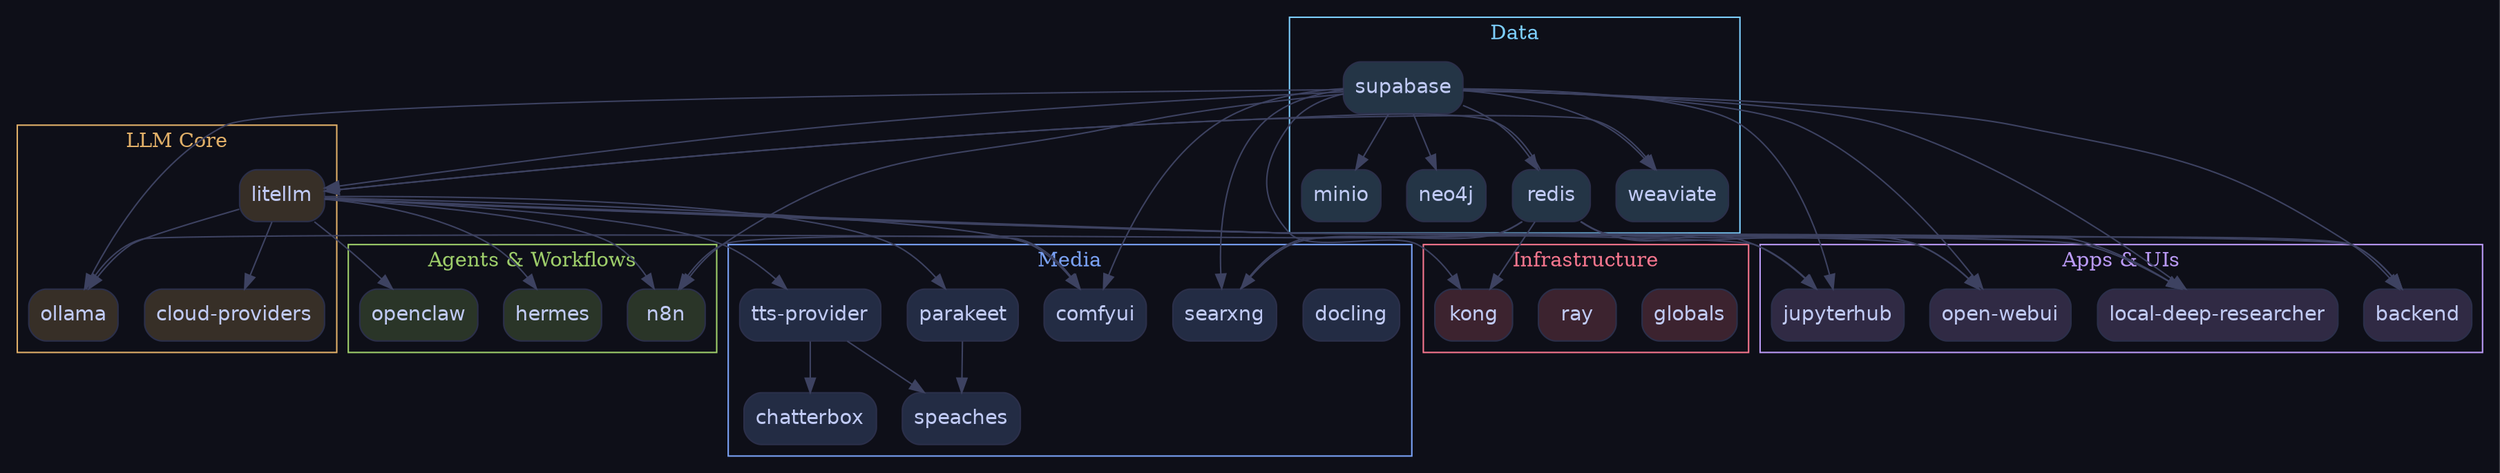
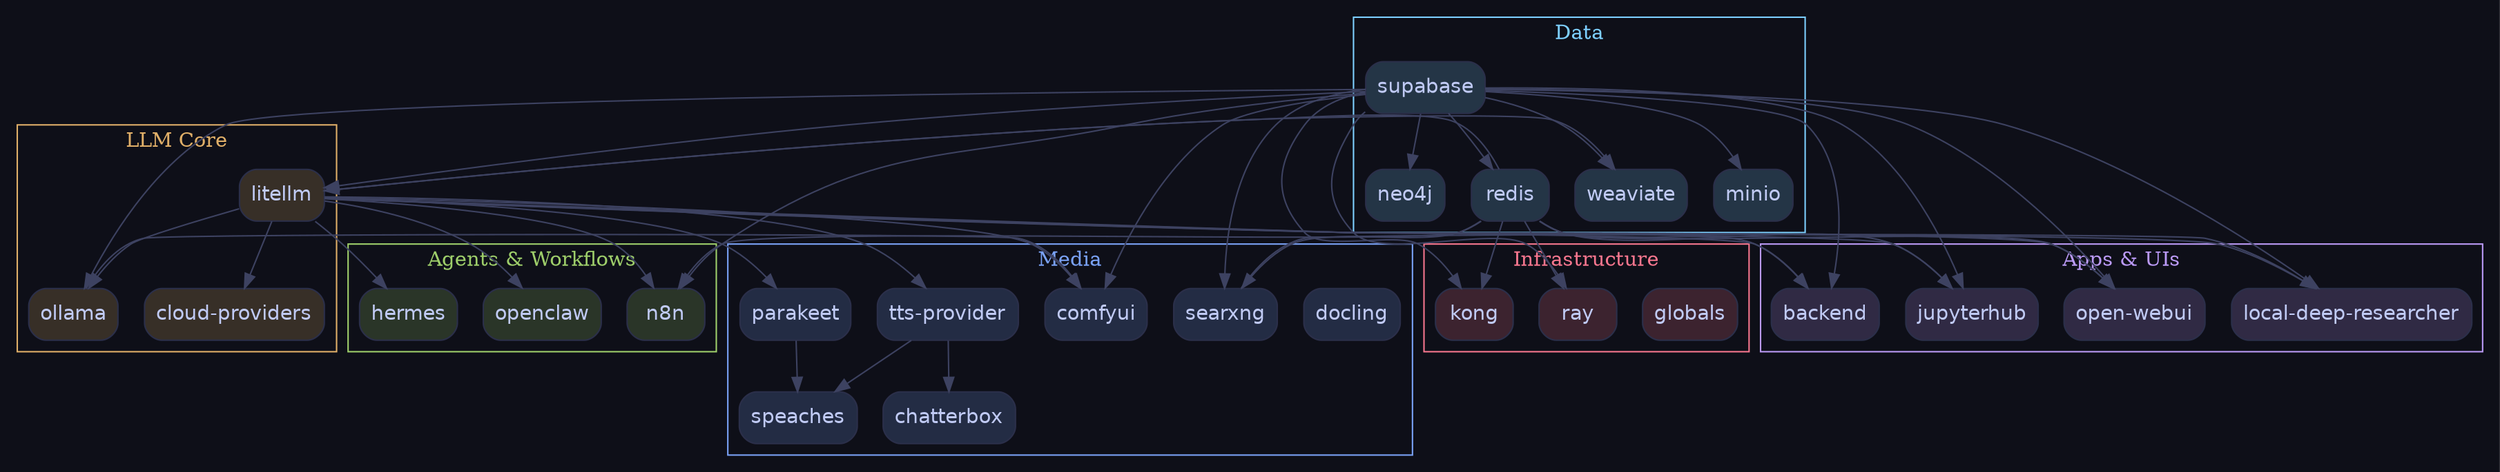
digraph stack {
  rankdir=TB;
  bgcolor="#0e0f18";
  node [shape=box, style="filled,rounded", fontname="Helvetica", fontcolor="#c0caf5", color="#2b2f4a"];
  edge [color="#3d4261"];

  subgraph "cluster_infra" {
    label="Infrastructure";
    fontcolor="#f7768e";
    color="#f7768e";
    "globals" [fillcolor="#f7768e33"];
+     "kong" [fillcolor="#f7768e33"];
    "ray" [fillcolor="#f7768e33"];
-     "kong" [fillcolor="#f7768e33"];
  }

  subgraph "cluster_data" {
    label="Data";
    fontcolor="#7dcfff";
    color="#7dcfff";
    "supabase" [fillcolor="#7dcfff33"];
    "minio" [fillcolor="#7dcfff33"];
    "neo4j" [fillcolor="#7dcfff33"];
    "redis" [fillcolor="#7dcfff33"];
    "weaviate" [fillcolor="#7dcfff33"];
  }

  subgraph "cluster_llm" {
    label="LLM Core";
    fontcolor="#e0af68";
    color="#e0af68";
    "litellm" [fillcolor="#e0af6833"];
    "cloud-providers" [fillcolor="#e0af6833"];
    "ollama" [fillcolor="#e0af6833"];
  }

  subgraph "cluster_media" {
    label="Media";
    fontcolor="#7aa2f7";
    color="#7aa2f7";
    "docling" [fillcolor="#7aa2f733"];
    "comfyui" [fillcolor="#7aa2f733"];
    "parakeet" [fillcolor="#7aa2f733"];
    "searxng" [fillcolor="#7aa2f733"];
    "tts-provider" [fillcolor="#7aa2f733"];
    "chatterbox" [fillcolor="#7aa2f733"];
    "speaches" [fillcolor="#7aa2f733"];
  }

  subgraph "cluster_agents" {
    label="Agents & Workflows";
    fontcolor="#9ece6a";
    color="#9ece6a";
    "hermes" [fillcolor="#9ece6a33"];
    "n8n" [fillcolor="#9ece6a33"];
    "openclaw" [fillcolor="#9ece6a33"];
  }

  subgraph "cluster_apps" {
    label="Apps & UIs";
    fontcolor="#bb9af7";
    color="#bb9af7";
    "backend" [fillcolor="#bb9af733"];
    "jupyterhub" [fillcolor="#bb9af733"];
    "open-webui" [fillcolor="#bb9af733"];
    "local-deep-researcher" [fillcolor="#bb9af733"];
  }

  "supabase" -> "backend";
  "redis" -> "backend";
  "litellm" -> "backend";
  "tts-provider" -> "chatterbox";
  "litellm" -> "cloud-providers";
  "supabase" -> "comfyui";
  "litellm" -> "comfyui";
  "ollama" -> "comfyui";
  "litellm" -> "hermes";
  "supabase" -> "jupyterhub";
  "redis" -> "jupyterhub";
  "litellm" -> "jupyterhub";
  "supabase" -> "kong";
  "redis" -> "kong";
  "supabase" -> "litellm";
  "redis" -> "litellm";
  "supabase" -> "local-deep-researcher";
  "searxng" -> "local-deep-researcher";
  "litellm" -> "local-deep-researcher";
  "supabase" -> "minio";
  "supabase" -> "n8n";
  "redis" -> "n8n";
  "litellm" -> "n8n";
  "supabase" -> "neo4j";
  "supabase" -> "ollama";
  "litellm" -> "ollama";
  "supabase" -> "open-webui";
  "redis" -> "open-webui";
  "litellm" -> "open-webui";
  "litellm" -> "openclaw";
  "litellm" -> "parakeet";
+   "supabase" -> "ray";
+   "redis" -> "ray";
  "supabase" -> "redis";
  "supabase" -> "searxng";
  "redis" -> "searxng";
  "parakeet" -> "speaches";
  "tts-provider" -> "speaches";
  "litellm" -> "tts-provider";
  "supabase" -> "weaviate";
  "litellm" -> "weaviate";
}
